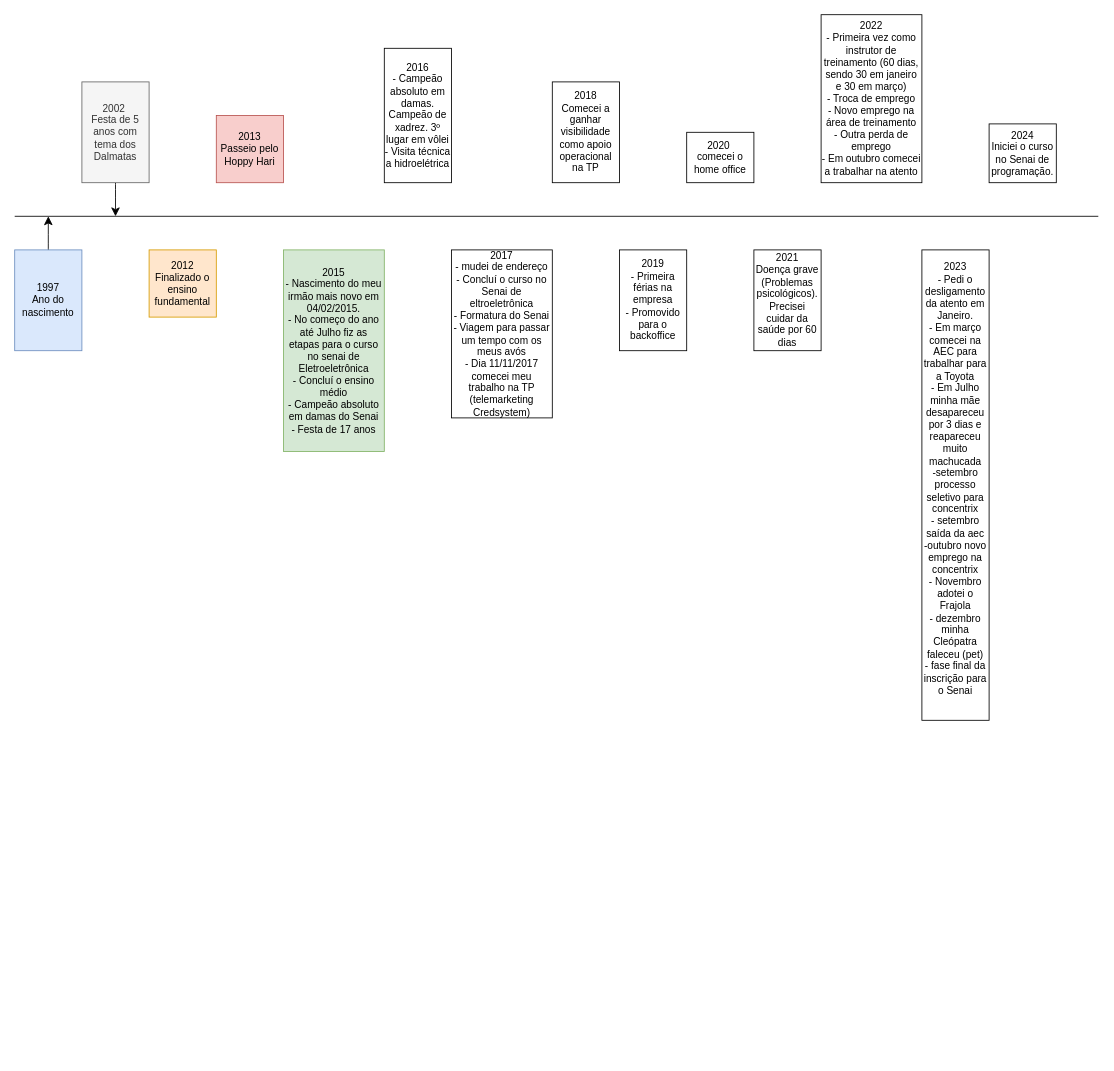
Before: linha da vida.drawio in IagoPelitero/senaiaulas, a draw.io diagram. Source tidied: cells renumbered, new cells numbered last; positions are measured from the earlier drawing's top-left corner, leaving out a move shared by most shapes. Both pictures are drawn from the tidied source at 84%, with x=0, y=0 at pixel (14, 14).
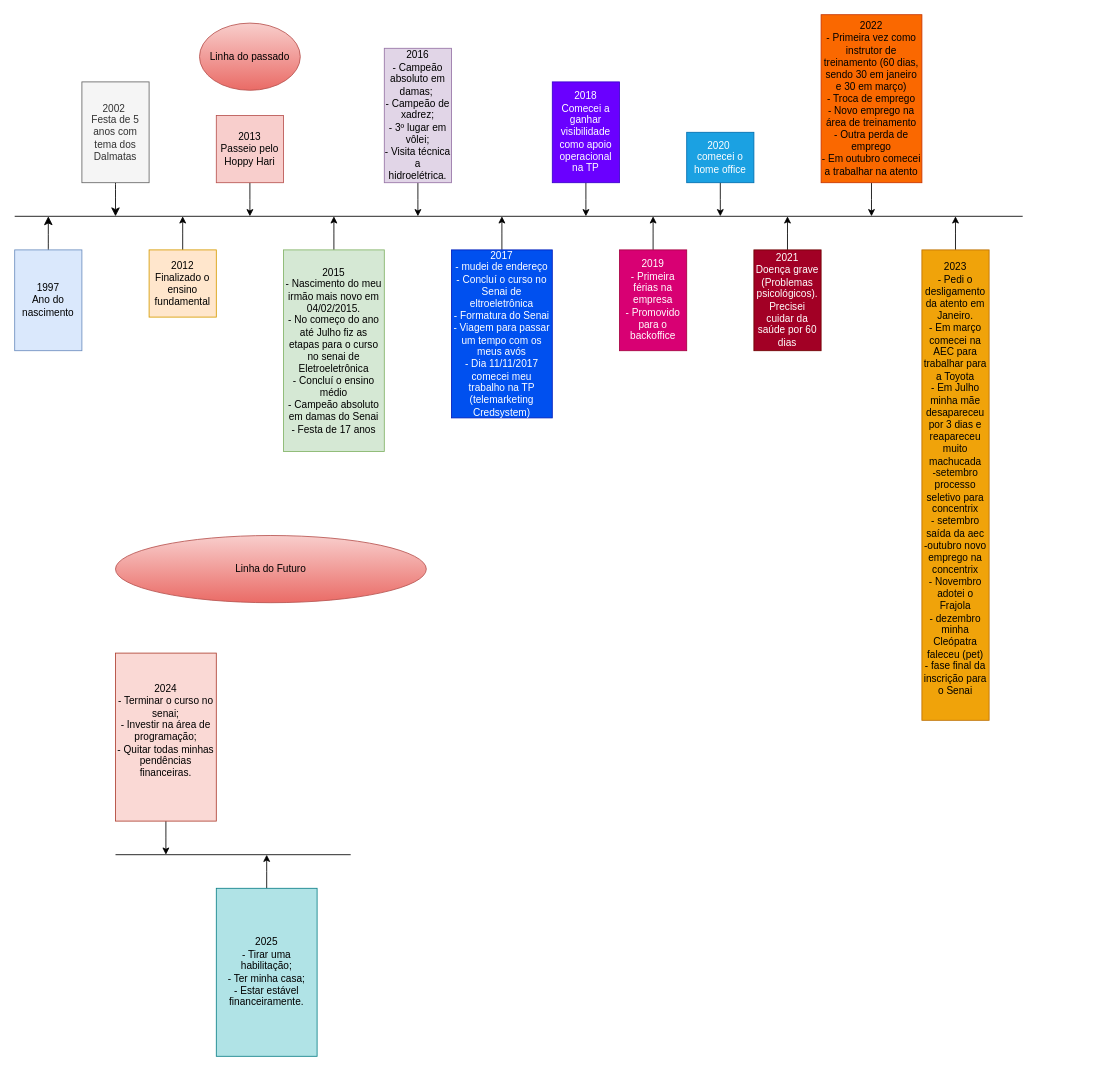
The same diagram, later.

Commit message:
linha da vida finalizada.drawio

The change refers to these unchanged cells:
```xml
<mxCell id="7" value="2012&lt;div&gt;Finalizado o ensino fundamental&lt;/div&gt;" style="rounded=0;whiteSpace=wrap;html=1;fillColor=#ffe6cc;strokeColor=#d79b00;" parent="1" vertex="1">
  <mxGeometry x="160" y="280" width="80" height="80" as="geometry" />
</mxCell>
<mxCell id="8" value="2013&lt;div&gt;Passeio pelo Hoppy Hari&lt;/div&gt;" style="rounded=0;whiteSpace=wrap;html=1;fillColor=#f8cecc;strokeColor=#b85450;" parent="1" vertex="1">
  <mxGeometry x="240" y="120" width="80" height="80" as="geometry" />
</mxCell>
<mxCell id="11" value="2015&lt;div&gt;- Nascimento do meu irmão mais novo em 04/02/2015.&lt;/div&gt;&lt;div&gt;-&amp;nbsp;&lt;span style=&quot;background-color: initial;&quot;&gt;No começo do ano até Julho fiz as etapas para o curso no senai de Eletroeletrônica&lt;/span&gt;&lt;/div&gt;&lt;div&gt;-&amp;nbsp;&lt;span style=&quot;background-color: initial;&quot;&gt;Concluí o ensino médio&lt;/span&gt;&lt;/div&gt;&lt;div&gt;&lt;span style=&quot;background-color: initial;&quot;&gt;-&amp;nbsp;&lt;/span&gt;&lt;span style=&quot;background-color: initial;&quot;&gt;Campeão absoluto em damas do Senai&lt;/span&gt;&lt;/div&gt;&lt;div&gt;&lt;span style=&quot;background-color: initial;&quot;&gt;- Festa de 17 anos&lt;/span&gt;&lt;/div&gt;" style="rounded=0;whiteSpace=wrap;html=1;fillColor=#d5e8d4;strokeColor=#82b366;" parent="1" vertex="1">
  <mxGeometry x="320" y="280" width="120" height="240" as="geometry" />
</mxCell>
```

Change to the diagram source:
```diff
@@
     <mxCell id="4" style="endArrow=none;html=1;rounded=0;" parent="1" edge="1">
       <mxGeometry relative="1" as="geometry">
         <mxPoint y="240" as="sourcePoint" />
-        <mxPoint x="1290" y="240" as="targetPoint" />
+        <mxPoint x="1200" y="240" as="targetPoint" />
       </mxGeometry>
     </mxCell>
@@
+    <mxCell id="20" style="edgeStyle=orthogonalEdgeStyle;rounded=0;jettySize=auto;html=1;" parent="1" edge="1" source="7">
+      <mxGeometry relative="1" as="geometry">
+        <mxPoint x="200" y="240" as="targetPoint" />
+      </mxGeometry>
+    </mxCell>
@@
+    <mxCell id="21" style="edgeStyle=orthogonalEdgeStyle;rounded=0;jettySize=auto;html=1;exitX=0.5;exitY=1;exitDx=0;exitDy=0;" parent="1" edge="1" source="8">
+      <mxGeometry relative="1" as="geometry">
+        <mxPoint x="280" y="240" as="targetPoint" />
+      </mxGeometry>
+    </mxCell>
@@
+    <mxCell id="22" style="edgeStyle=orthogonalEdgeStyle;rounded=0;jettySize=auto;html=1;exitX=0.5;exitY=1;exitDx=0;exitDy=0;" parent="1" edge="1" source="9">
+      <mxGeometry relative="1" as="geometry">
+        <mxPoint x="480" y="240" as="targetPoint" />
+      </mxGeometry>
+    </mxCell>
-    <mxCell id="9" value="&lt;div&gt;2016&lt;/div&gt;&lt;div&gt;- Campeão absoluto em damas. Campeão de xadrez. 3º lugar em vôlei&lt;/div&gt;&lt;div&gt;-&amp;nbsp;&lt;span style=&quot;background-color: initial;&quot;&gt;Visita técnica a hidroelétrica&lt;/span&gt;&lt;/div&gt;" style="rounded=0;whiteSpace=wrap;html=1;" parent="1" vertex="1">
+    <mxCell id="9" value="&lt;div&gt;2016&lt;/div&gt;&lt;div&gt;- Campeão absoluto em damas;&amp;nbsp;&lt;/div&gt;&lt;div&gt;- Campeão de xadrez;&lt;/div&gt;&lt;div&gt;- 3º lugar em vôlei;&lt;/div&gt;&lt;div&gt;-&amp;nbsp;&lt;span style=&quot;background-color: initial;&quot;&gt;Visita técnica a hidroelétrica.&lt;/span&gt;&lt;/div&gt;" style="rounded=0;whiteSpace=wrap;html=1;fillColor=#e1d5e7;strokeColor=#9673a6;" parent="1" vertex="1">
       <mxGeometry x="440" y="40" width="80" height="160" as="geometry" />
     </mxCell>
+    <mxCell id="23" style="edgeStyle=orthogonalEdgeStyle;rounded=0;jettySize=auto;html=1;exitX=0.5;exitY=0;exitDx=0;exitDy=0;" parent="1" edge="1" source="10">
+      <mxGeometry relative="1" as="geometry">
+        <mxPoint x="580" y="240" as="targetPoint" />
+      </mxGeometry>
+    </mxCell>
-    <mxCell id="10" value="2017&lt;div&gt;- mudei de endereço&lt;/div&gt;&lt;div&gt;- Concluí o curso no Senai de eltroeletrônica&lt;br&gt;&lt;/div&gt;&lt;div&gt;- Formatura do Senai&lt;/div&gt;&lt;div&gt;-&amp;nbsp;&lt;span style=&quot;background-color: initial;&quot;&gt;Viagem para passar um tempo com os meus avós&lt;/span&gt;&lt;/div&gt;&lt;div&gt;&lt;span style=&quot;background-color: initial;&quot;&gt;-&amp;nbsp;&lt;/span&gt;&lt;span style=&quot;background-color: initial;&quot;&gt;Dia 11/11/2017 comecei meu trabalho na TP (telemarketing Credsystem)&lt;/span&gt;&lt;/div&gt;" style="rounded=0;whiteSpace=wrap;html=1;" parent="1" vertex="1">
+    <mxCell id="10" value="2017&lt;div&gt;- mudei de endereço&lt;/div&gt;&lt;div&gt;- Concluí o curso no Senai de eltroeletrônica&lt;br&gt;&lt;/div&gt;&lt;div&gt;- Formatura do Senai&lt;/div&gt;&lt;div&gt;-&amp;nbsp;&lt;span style=&quot;background-color: initial;&quot;&gt;Viagem para passar um tempo com os meus avós&lt;/span&gt;&lt;/div&gt;&lt;div&gt;&lt;span style=&quot;background-color: initial;&quot;&gt;-&amp;nbsp;&lt;/span&gt;&lt;span style=&quot;background-color: initial;&quot;&gt;Dia 11/11/2017 comecei meu trabalho na TP (telemarketing Credsystem)&lt;/span&gt;&lt;/div&gt;" style="rounded=0;whiteSpace=wrap;html=1;fillColor=#0050ef;fontColor=#ffffff;strokeColor=#001DBC;" parent="1" vertex="1">
       <mxGeometry x="520" y="280" width="120" height="200" as="geometry" />
     </mxCell>
+    <mxCell id="24" style="edgeStyle=orthogonalEdgeStyle;rounded=0;jettySize=auto;html=1;exitX=0.5;exitY=0;exitDx=0;exitDy=0;" parent="1" edge="1" source="11">
+      <mxGeometry relative="1" as="geometry">
+        <mxPoint x="380" y="240" as="targetPoint" />
+      </mxGeometry>
+    </mxCell>
@@
+    <mxCell id="25" style="edgeStyle=orthogonalEdgeStyle;rounded=0;jettySize=auto;html=1;exitX=0.5;exitY=1;exitDx=0;exitDy=0;" parent="1" edge="1" source="12">
+      <mxGeometry relative="1" as="geometry">
+        <mxPoint x="680" y="240" as="targetPoint" />
+      </mxGeometry>
+    </mxCell>
-    <mxCell id="12" value="2018&lt;div&gt;Comecei a ganhar visibilidade como apoio operacional na TP&lt;/div&gt;" style="rounded=0;whiteSpace=wrap;html=1;" parent="1" vertex="1">
+    <mxCell id="12" value="2018&lt;div&gt;Comecei a ganhar visibilidade como apoio operacional na TP&lt;/div&gt;" style="rounded=0;whiteSpace=wrap;html=1;fillColor=#6a00ff;fontColor=#ffffff;strokeColor=#3700CC;" parent="1" vertex="1">
       <mxGeometry x="640" y="80" width="80" height="120" as="geometry" />
     </mxCell>
+    <mxCell id="26" style="edgeStyle=orthogonalEdgeStyle;rounded=0;jettySize=auto;html=1;exitX=0.5;exitY=0;exitDx=0;exitDy=0;" parent="1" edge="1" source="13">
+      <mxGeometry relative="1" as="geometry">
+        <mxPoint x="760" y="240" as="targetPoint" />
+      </mxGeometry>
+    </mxCell>
-    <mxCell id="13" value="2019&lt;div&gt;- Primeira férias na empresa&lt;/div&gt;&lt;div&gt;- Promovido para o backoffice&lt;/div&gt;" style="rounded=0;whiteSpace=wrap;html=1;" parent="1" vertex="1">
+    <mxCell id="13" value="2019&lt;div&gt;- Primeira férias na empresa&lt;/div&gt;&lt;div&gt;- Promovido para o backoffice&lt;/div&gt;" style="rounded=0;whiteSpace=wrap;html=1;fillColor=#d80073;fontColor=#ffffff;strokeColor=#A50040;" parent="1" vertex="1">
       <mxGeometry x="720" y="280" width="80" height="120" as="geometry" />
     </mxCell>
+    <mxCell id="27" style="edgeStyle=orthogonalEdgeStyle;rounded=0;jettySize=auto;html=1;exitX=0.5;exitY=1;exitDx=0;exitDy=0;" parent="1" edge="1" source="14">
+      <mxGeometry relative="1" as="geometry">
+        <mxPoint x="840" y="240" as="targetPoint" />
+      </mxGeometry>
+    </mxCell>
-    <mxCell id="14" value="2020&amp;nbsp;&lt;div&gt;comecei o home office&lt;/div&gt;" style="rounded=0;whiteSpace=wrap;html=1;" parent="1" vertex="1">
+    <mxCell id="14" value="2020&amp;nbsp;&lt;div&gt;comecei o home office&lt;/div&gt;" style="rounded=0;whiteSpace=wrap;html=1;fillColor=#1ba1e2;fontColor=#ffffff;strokeColor=#006EAF;" parent="1" vertex="1">
       <mxGeometry x="800" y="140" width="80" height="60" as="geometry" />
     </mxCell>
+    <mxCell id="28" style="edgeStyle=orthogonalEdgeStyle;rounded=0;jettySize=auto;html=1;exitX=0.5;exitY=0;exitDx=0;exitDy=0;" parent="1" edge="1" source="15">
+      <mxGeometry relative="1" as="geometry">
+        <mxPoint x="920" y="240" as="targetPoint" />
+      </mxGeometry>
+    </mxCell>
-    <mxCell id="15" value="2021&lt;div&gt;Doença grave (Problemas psicológicos). Precisei cuidar da saúde por 60 dias&lt;/div&gt;" style="rounded=0;whiteSpace=wrap;html=1;" parent="1" vertex="1">
+    <mxCell id="15" value="2021&lt;div&gt;Doença grave (Problemas psicológicos). Precisei cuidar da saúde por 60 dias&lt;/div&gt;" style="rounded=0;whiteSpace=wrap;html=1;fillColor=#a20025;fontColor=#ffffff;strokeColor=#6F0000;" parent="1" vertex="1">
       <mxGeometry x="880" y="280" width="80" height="120" as="geometry" />
     </mxCell>
+    <mxCell id="29" style="edgeStyle=orthogonalEdgeStyle;rounded=0;jettySize=auto;html=1;exitX=0.5;exitY=1;exitDx=0;exitDy=0;" parent="1" edge="1" source="16">
+      <mxGeometry relative="1" as="geometry">
+        <mxPoint x="1020" y="240" as="targetPoint" />
+      </mxGeometry>
+    </mxCell>
-    <mxCell id="16" value="2022&lt;div&gt;- Primeira vez como instrutor de treinamento (60 dias, sendo 30 em janeiro e 30 em março)&lt;br&gt;&lt;div&gt;- Troca de emprego&lt;/div&gt;&lt;div&gt;- Novo emprego na área de treinamento&lt;/div&gt;&lt;div&gt;-&amp;nbsp;&lt;span style=&quot;background-color: initial;&quot;&gt;Outra perda de emprego&lt;/span&gt;&lt;/div&gt;&lt;div&gt;&lt;span style=&quot;background-color: initial;&quot;&gt;- Em outubro comecei a trabalhar na atento&lt;/span&gt;&lt;/div&gt;&lt;/div&gt;" style="rounded=0;whiteSpace=wrap;html=1;" parent="1" vertex="1">
+    <mxCell id="16" value="2022&lt;div&gt;- Primeira vez como instrutor de treinamento (60 dias, sendo 30 em janeiro e 30 em março)&lt;br&gt;&lt;div&gt;- Troca de emprego&lt;/div&gt;&lt;div&gt;- Novo emprego na área de treinamento&lt;/div&gt;&lt;div&gt;-&amp;nbsp;&lt;span style=&quot;background-color: initial;&quot;&gt;Outra perda de emprego&lt;/span&gt;&lt;/div&gt;&lt;div&gt;&lt;span style=&quot;background-color: initial;&quot;&gt;- Em outubro comecei a trabalhar na atento&lt;/span&gt;&lt;/div&gt;&lt;/div&gt;" style="rounded=0;whiteSpace=wrap;html=1;fillColor=#fa6800;fontColor=#000000;strokeColor=#C73500;" parent="1" vertex="1">
       <mxGeometry x="960" width="120" height="200" as="geometry" />
     </mxCell>
-    <mxCell id="17" value="2024&lt;div&gt;Iniciei o curso no Senai de programação.&lt;/div&gt;" style="rounded=0;whiteSpace=wrap;html=1;" parent="1" vertex="1">
-      <mxGeometry x="1160" y="130" width="80" height="70" as="geometry" />
-    </mxCell>
@@
+    <mxCell id="30" style="edgeStyle=orthogonalEdgeStyle;rounded=0;jettySize=auto;html=1;exitX=0.5;exitY=0;exitDx=0;exitDy=0;" parent="1" edge="1" source="19">
+      <mxGeometry relative="1" as="geometry">
+        <mxPoint x="1120" y="240" as="targetPoint" />
+      </mxGeometry>
+    </mxCell>
-    <mxCell id="19" value="2023&lt;div&gt;- Pedi o desligamento da atento em Janeiro.&lt;/div&gt;&lt;div&gt;- Em março comecei na AEC para trabalhar para a Toyota&lt;/div&gt;&lt;div&gt;- Em Julho minha mãe desapareceu por 3 dias e reapareceu muito machucada&lt;/div&gt;&lt;div&gt;-setembro processo seletivo para concentrix&lt;/div&gt;&lt;div&gt;- setembro saída da aec&lt;/div&gt;&lt;div&gt;-outubro novo emprego na concentrix&lt;/div&gt;&lt;div&gt;- Novembro adotei o Frajola&lt;/div&gt;&lt;div&gt;- dezembro minha Cleópatra faleceu (pet)&lt;/div&gt;&lt;div&gt;- fase final da inscrição para o Senai&lt;/div&gt;&lt;div&gt;&lt;br&gt;&lt;/div&gt;" style="rounded=0;whiteSpace=wrap;html=1;" parent="1" vertex="1">
+    <mxCell id="19" value="2023&lt;div&gt;- Pedi o desligamento da atento em Janeiro.&lt;/div&gt;&lt;div&gt;- Em março comecei na AEC para trabalhar para a Toyota&lt;/div&gt;&lt;div&gt;- Em Julho minha mãe desapareceu por 3 dias e reapareceu muito machucada&lt;/div&gt;&lt;div&gt;-setembro processo seletivo para concentrix&lt;/div&gt;&lt;div&gt;- setembro saída da aec&lt;/div&gt;&lt;div&gt;-outubro novo emprego na concentrix&lt;/div&gt;&lt;div&gt;- Novembro adotei o Frajola&lt;/div&gt;&lt;div&gt;- dezembro minha Cleópatra faleceu (pet)&lt;/div&gt;&lt;div&gt;- fase final da inscrição para o Senai&lt;/div&gt;&lt;div&gt;&lt;br&gt;&lt;/div&gt;" style="rounded=0;whiteSpace=wrap;html=1;fillColor=#f0a30a;fontColor=#000000;strokeColor=#BD7000;" parent="1" vertex="1">
       <mxGeometry x="1080" y="280" width="80" height="560" as="geometry" />
     </mxCell>
+    <mxCell id="31" style="endArrow=none;html=1;rounded=0;" parent="1" edge="1">
+      <mxGeometry relative="1" as="geometry">
+        <mxPoint x="120" y="1000" as="sourcePoint" />
+        <mxPoint x="400" y="1000" as="targetPoint" />
+      </mxGeometry>
+    </mxCell>
+    <mxCell id="32" style="edgeStyle=orthogonalEdgeStyle;rounded=0;jettySize=auto;html=1;exitX=0.5;exitY=1;exitDx=0;exitDy=0;" parent="1" edge="1" source="33">
+      <mxGeometry relative="1" as="geometry">
+        <mxPoint x="180" y="1000" as="targetPoint" />
+      </mxGeometry>
+    </mxCell>
+    <mxCell id="33" value="2024&lt;div&gt;- Terminar o curso no senai;&lt;/div&gt;&lt;div&gt;- Investir na área de programação;&lt;/div&gt;&lt;div&gt;- Quitar todas minhas pendências financeiras.&lt;/div&gt;&lt;div&gt;&lt;br&gt;&lt;/div&gt;" style="rounded=0;whiteSpace=wrap;html=1;fillColor=#fad9d5;strokeColor=#ae4132;" parent="1" vertex="1">
+      <mxGeometry x="120" y="760" width="120" height="200" as="geometry" />
+    </mxCell>
+    <mxCell id="34" style="edgeStyle=orthogonalEdgeStyle;rounded=0;jettySize=auto;html=1;exitX=0.5;exitY=0;exitDx=0;exitDy=0;" parent="1" edge="1" source="35">
+      <mxGeometry relative="1" as="geometry">
+        <mxPoint x="300" y="1000" as="targetPoint" />
+      </mxGeometry>
+    </mxCell>
+    <mxCell id="35" value="&lt;div&gt;2025&lt;/div&gt;&lt;div&gt;- Tirar uma habilitação;&lt;/div&gt;&lt;div&gt;- Ter minha casa;&lt;/div&gt;&lt;div&gt;- Estar estável financeiramente.&lt;/div&gt;" style="rounded=0;whiteSpace=wrap;html=1;fillColor=#b0e3e6;strokeColor=#0e8088;" parent="1" vertex="1">
+      <mxGeometry x="240" y="1040" width="120" height="200" as="geometry" />
+    </mxCell>
+    <mxCell id="36" value="Linha do Futuro" style="ellipse;whiteSpace=wrap;html=1;fillColor=#f8cecc;gradientColor=#ea6b66;strokeColor=#b85450;" parent="1" vertex="1">
+      <mxGeometry x="120" y="620" width="370" height="80" as="geometry" />
+    </mxCell>
+    <mxCell id="37" value="Linha do passado" style="ellipse;whiteSpace=wrap;html=1;fillColor=#f8cecc;gradientColor=#ea6b66;strokeColor=#b85450;" parent="1" vertex="1">
+      <mxGeometry x="220" y="10" width="120" height="80" as="geometry" />
+    </mxCell>
```
